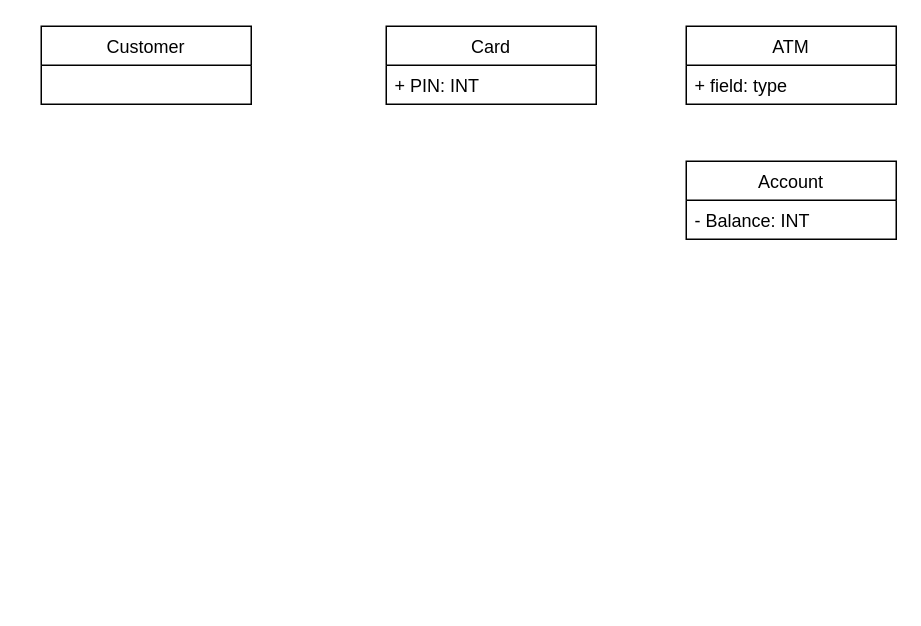
Above: ATMDomainModel.drawio in benjamin-carpenter/Image-repo (draw.io), before the change. Source tidied: cells renumbered, new cells numbered last; positions are measured from the earlier drawing's top-left corner, leaving out a move shared by most shapes. Both pictures are drawn from the tidied source at 150%, with x=0, y=0 at pixel (40, 26).
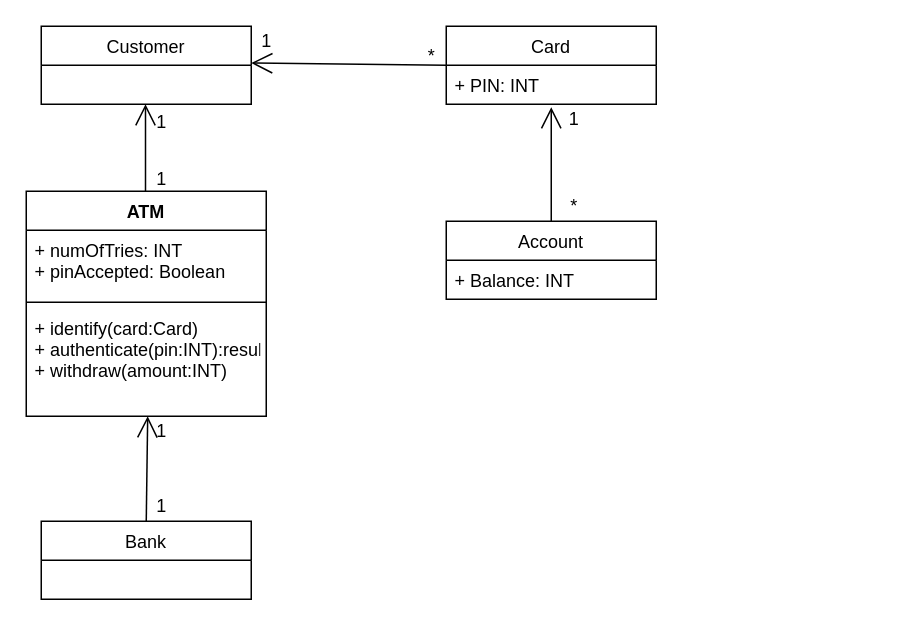
The same page after the edit.

The change refers to these unchanged cells:
```xml
<mxCell id="4" value="+ PIN: INT" style="text;strokeColor=none;fillColor=none;align=left;verticalAlign=top;spacingLeft=4;spacingRight=4;overflow=hidden;points=[[0,0.5],[1,0.5]];portConstraint=eastwest;" parent="3" vertex="1">
  <mxGeometry y="26" width="140" height="26" as="geometry" />
</mxCell>
```

Change to the diagram source:
```diff
@@
     <mxCell id="3" value="Card" style="swimlane;fontStyle=0;horizontal=1;startSize=26;fillColor=none;" parent="1" vertex="1">
-      <mxGeometry x="230" width="140" height="52" as="geometry" />
+      <mxGeometry x="270" width="140" height="52" as="geometry" />
     </mxCell>
@@
-    <mxCell id="5" value="ATM" style="swimlane;fontStyle=0;horizontal=1;startSize=26;fillColor=none;" parent="1" vertex="1">
-      <mxGeometry x="430" width="140" height="52" as="geometry" />
-    </mxCell>
-    <mxCell id="6" value="+ field: type" style="text;strokeColor=none;fillColor=none;align=left;verticalAlign=top;spacingLeft=4;spacingRight=4;overflow=hidden;" parent="5" vertex="1">
-      <mxGeometry y="26" width="140" height="26" as="geometry" />
-    </mxCell>
     <mxCell id="7" value="Account" style="swimlane;fontStyle=0;horizontal=1;startSize=26;fillColor=none;" parent="1" vertex="1">
-      <mxGeometry x="430" y="90" width="140" height="52" as="geometry" />
+      <mxGeometry x="270" y="130" width="140" height="52" as="geometry" />
     </mxCell>
-    <mxCell id="8" value="- Balance: INT" style="text;strokeColor=none;fillColor=none;align=left;verticalAlign=top;spacingLeft=4;spacingRight=4;overflow=hidden;" parent="7" vertex="1">
+    <mxCell id="8" value="+ Balance: INT" style="text;strokeColor=none;fillColor=none;align=left;verticalAlign=top;spacingLeft=4;spacingRight=4;overflow=hidden;" parent="7" vertex="1">
       <mxGeometry y="26" width="140" height="26" as="geometry" />
     </mxCell>
+    <mxCell id="9" value="Bank" style="swimlane;fontStyle=0;horizontal=1;startSize=26;fillColor=none;" parent="1" vertex="1">
+      <mxGeometry y="330" width="140" height="52" as="geometry" />
+    </mxCell>
+    <mxCell id="10" style="endArrow=open;endFill=1;endSize=12;html=1;entryX=1;entryY=0.5;entryDx=0;entryDy=0;exitX=0;exitY=0.5;exitDx=0;exitDy=0;" parent="1" edge="1" source="3">
+      <mxGeometry relative="1" as="geometry">
+        <mxPoint x="140" y="24.5" as="targetPoint" />
+      </mxGeometry>
+    </mxCell>
+    <mxCell id="11" style="endArrow=open;endFill=1;endSize=12;html=1;exitX=0.5;exitY=0;exitDx=0;exitDy=0;entryX=0.5;entryY=1.077;entryDx=0;entryDy=0;entryPerimeter=0;" parent="1" edge="1" source="7" target="4">
+      <mxGeometry relative="1" as="geometry" />
+    </mxCell>
+    <mxCell id="12" style="endArrow=open;endFill=1;endSize=12;html=1;" parent="1" edge="1">
+      <mxGeometry relative="1" as="geometry">
+        <mxPoint x="69.5" y="112" as="sourcePoint" />
+        <mxPoint x="69.5" y="52" as="targetPoint" />
+      </mxGeometry>
+    </mxCell>
+    <mxCell id="13" style="endArrow=open;endFill=1;endSize=12;html=1;exitX=0.5;exitY=0;exitDx=0;exitDy=0;entryX=0.506;entryY=1;entryDx=0;entryDy=0;entryPerimeter=0;" parent="1" edge="1" source="9" target="24">
+      <mxGeometry relative="1" as="geometry" />
+    </mxCell>
+    <mxCell id="14" value="1" style="text;html=1;align=center;verticalAlign=middle;" parent="1" vertex="1">
+      <mxGeometry x="140" width="20" height="20" as="geometry" />
+    </mxCell>
+    <mxCell id="15" value="*" style="text;html=1;align=center;verticalAlign=middle;" parent="1" vertex="1">
+      <mxGeometry x="250" y="10" width="20" height="20" as="geometry" />
+    </mxCell>
+    <mxCell id="16" value="1" style="text;html=1;align=center;verticalAlign=middle;" parent="1" vertex="1">
+      <mxGeometry x="345" y="52" width="20" height="20" as="geometry" />
+    </mxCell>
+    <mxCell id="17" value="*" style="text;html=1;align=center;verticalAlign=middle;" parent="1" vertex="1">
+      <mxGeometry x="345" y="110" width="20" height="20" as="geometry" />
+    </mxCell>
+    <mxCell id="18" value="1" style="text;html=1;align=center;verticalAlign=middle;" parent="1" vertex="1">
+      <mxGeometry x="70" y="54" width="20" height="20" as="geometry" />
+    </mxCell>
+    <mxCell id="19" value="1" style="text;html=1;align=center;verticalAlign=middle;" parent="1" vertex="1">
+      <mxGeometry x="70" y="92" width="20" height="20" as="geometry" />
+    </mxCell>
+    <mxCell id="20" value="1" style="text;html=1;align=center;verticalAlign=middle;" parent="1" vertex="1">
+      <mxGeometry x="70" y="260" width="20" height="20" as="geometry" />
+    </mxCell>
+    <mxCell id="21" value="1" style="text;html=1;align=center;verticalAlign=middle;" parent="1" vertex="1">
+      <mxGeometry x="70" y="310" width="20" height="20" as="geometry" />
+    </mxCell>
+    <mxCell id="5" value="ATM" style="swimlane;fontStyle=1;align=center;verticalAlign=top;horizontal=1;startSize=26;" parent="1" vertex="1">
+      <mxGeometry x="-10" y="110" width="160" height="150" as="geometry" />
+    </mxCell>
+    <mxCell id="22" value="+ numOfTries: INT&#10;+ pinAccepted: Boolean" style="text;strokeColor=none;fillColor=none;align=left;verticalAlign=top;spacingLeft=4;spacingRight=4;overflow=hidden;" parent="5" vertex="1">
+      <mxGeometry y="26" width="160" height="44" as="geometry" />
+    </mxCell>
+    <mxCell id="23" style="line;strokeWidth=1;fillColor=none;align=left;verticalAlign=middle;spacingTop=-1;spacingLeft=3;spacingRight=3;labelPosition=right;" parent="5" vertex="1">
+      <mxGeometry y="70" width="160" height="8" as="geometry" />
+    </mxCell>
+    <mxCell id="24" value="+ identify(card:Card)&#10;+ authenticate(pin:INT):result&#10;+ withdraw(amount:INT)" style="text;strokeColor=none;fillColor=none;align=left;verticalAlign=top;spacingLeft=4;spacingRight=4;overflow=hidden;points=[[0,0.5],[1,0.5]];portConstraint=eastwest;" parent="5" vertex="1">
+      <mxGeometry y="78" width="160" height="72" as="geometry" />
+    </mxCell>
```
